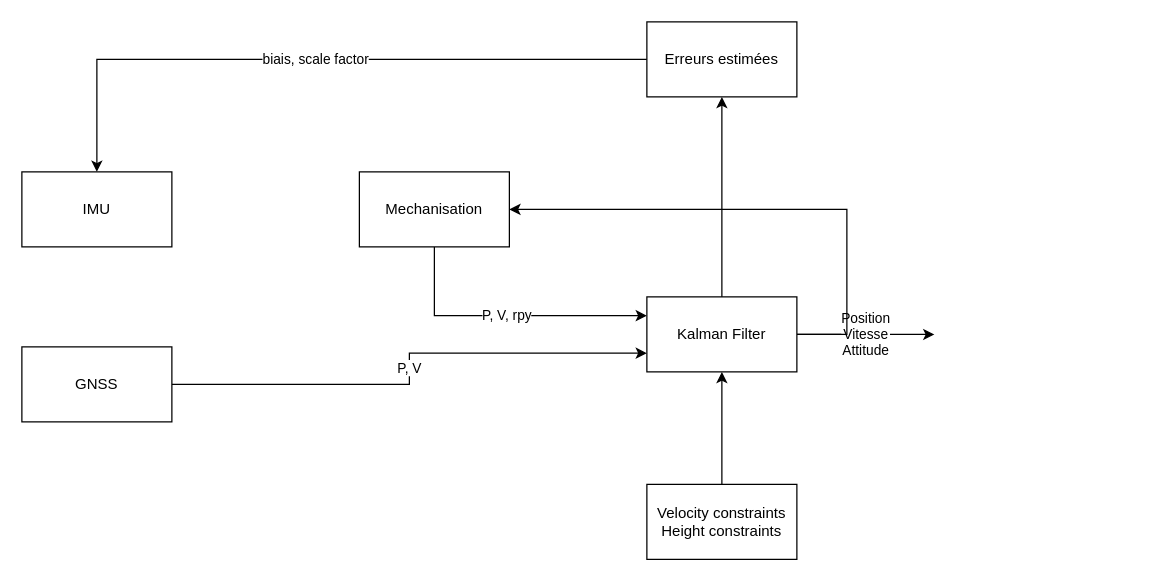
The draw.io diagram page "Page-1" (1 of 5) of KFs_Geo.drawio in Kaloum2/KFs, before the edit. Source tidied: cells renumbered, new cells numbered last; positions are measured from the earlier drawing's top-left corner, leaving out a move shared by most shapes. Both pictures are drawn from the tidied source at 125%, with x=0, y=0 at pixel (21, 21).
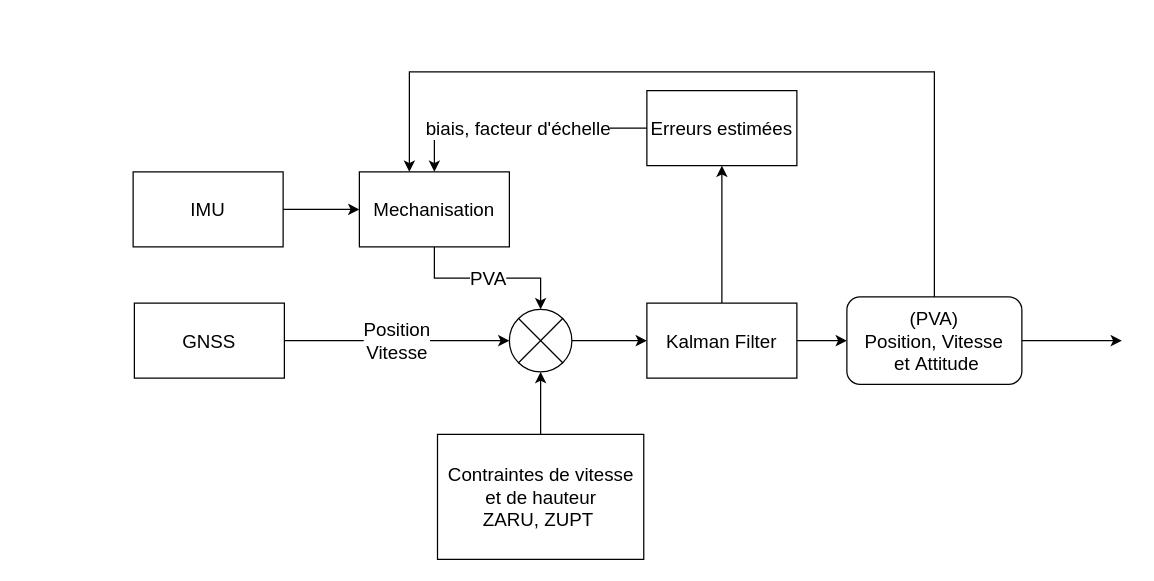
After the change.

Commit message:
Mettre à jour KFs_Geo.drawio

Diff of the diagram source:
```diff
@@
+    <mxCell id="15" style="edgeStyle=orthogonalEdgeStyle;rounded=0;jettySize=auto;html=1;exitX=1;exitY=0.5;exitDx=0;exitDy=0;entryX=0;entryY=0.5;entryDx=0;entryDy=0;fontSize=15;" parent="1" edge="1" source="2" target="8">
+      <mxGeometry relative="1" as="geometry" />
+    </mxCell>
-    <mxCell id="2" value="IMU" style="rounded=0;whiteSpace=wrap;html=1;" parent="1" vertex="1">
-      <mxGeometry y="120" width="120" height="60" as="geometry" />
+    <mxCell id="2" value="IMU" style="rounded=0;whiteSpace=wrap;html=1;fontSize=15;" parent="1" vertex="1">
+      <mxGeometry x="89" y="120" width="120" height="60" as="geometry" />
     </mxCell>
-    <mxCell id="3" value="P, V" style="edgeStyle=orthogonalEdgeStyle;rounded=0;jettySize=auto;html=1;exitX=1;exitY=0.5;exitDx=0;exitDy=0;entryX=0;entryY=0.75;entryDx=0;entryDy=0;" parent="1" edge="1" source="4" target="12">
+    <mxCell id="3" value="Position&lt;br&gt;Vitesse" style="edgeStyle=orthogonalEdgeStyle;rounded=0;jettySize=auto;html=1;exitX=1;exitY=0.5;exitDx=0;exitDy=0;entryX=0;entryY=0.5;entryDx=0;entryDy=0;entryPerimeter=0;fontSize=15;" parent="1" edge="1" source="4" target="17">
       <mxGeometry relative="1" as="geometry" />
     </mxCell>
-    <mxCell id="4" value="GNSS" style="rounded=0;whiteSpace=wrap;html=1;" parent="1" vertex="1">
-      <mxGeometry y="260" width="120" height="60" as="geometry" />
+    <mxCell id="4" value="GNSS" style="rounded=0;whiteSpace=wrap;html=1;fontSize=15;" parent="1" vertex="1">
+      <mxGeometry x="90" y="225" width="120" height="60" as="geometry" />
     </mxCell>
-    <mxCell id="5" value="biais, scale factor" style="edgeStyle=orthogonalEdgeStyle;rounded=0;jettySize=auto;html=1;exitX=0;exitY=0.5;exitDx=0;exitDy=0;entryX=0.5;entryY=0;entryDx=0;entryDy=0;" parent="1" edge="1" source="6" target="2">
+    <mxCell id="5" value="biais, facteur d'échelle" style="edgeStyle=orthogonalEdgeStyle;rounded=0;jettySize=auto;html=1;exitX=0;exitY=0.5;exitDx=0;exitDy=0;entryX=0.5;entryY=0;entryDx=0;entryDy=0;fontSize=15;" parent="1" edge="1" source="6" target="8">
       <mxGeometry relative="1" as="geometry" />
     </mxCell>
-    <mxCell id="6" value="Erreurs estimées" style="rounded=0;whiteSpace=wrap;html=1;" parent="1" vertex="1">
-      <mxGeometry x="500" width="120" height="60" as="geometry" />
+    <mxCell id="6" value="Erreurs estimées" style="rounded=0;whiteSpace=wrap;html=1;fontSize=15;" parent="1" vertex="1">
+      <mxGeometry x="500" y="55" width="120" height="60" as="geometry" />
     </mxCell>
-    <mxCell id="7" value="P, V, rpy" style="edgeStyle=orthogonalEdgeStyle;rounded=0;jettySize=auto;html=1;exitX=0.5;exitY=1;exitDx=0;exitDy=0;entryX=0;entryY=0.25;entryDx=0;entryDy=0;" parent="1" edge="1" source="8" target="12">
+    <mxCell id="7" value="PVA" style="edgeStyle=orthogonalEdgeStyle;rounded=0;jettySize=auto;html=1;exitX=0.5;exitY=1;exitDx=0;exitDy=0;entryX=0.5;entryY=0;entryDx=0;entryDy=0;entryPerimeter=0;fontSize=15;" parent="1" edge="1" source="8" target="17">
       <mxGeometry relative="1" as="geometry" />
     </mxCell>
-    <mxCell id="8" value="Mechanisation" style="rounded=0;whiteSpace=wrap;html=1;" parent="1" vertex="1">
+    <mxCell id="8" value="Mechanisation" style="rounded=0;whiteSpace=wrap;html=1;fontSize=15;" parent="1" vertex="1">
       <mxGeometry x="270" y="120" width="120" height="60" as="geometry" />
     </mxCell>
-    <mxCell id="9" style="edgeStyle=orthogonalEdgeStyle;rounded=0;jettySize=auto;html=1;exitX=0.5;exitY=0;exitDx=0;exitDy=0;entryX=0.5;entryY=1;entryDx=0;entryDy=0;" parent="1" edge="1" source="12" target="6">
+    <mxCell id="9" style="edgeStyle=orthogonalEdgeStyle;rounded=0;jettySize=auto;html=1;exitX=0.5;exitY=0;exitDx=0;exitDy=0;entryX=0.5;entryY=1;entryDx=0;entryDy=0;fontSize=15;" parent="1" edge="1" source="12" target="6">
       <mxGeometry relative="1" as="geometry" />
     </mxCell>
-    <mxCell id="10" value="Position&lt;br&gt;Vitesse&lt;br&gt;Attitude" style="edgeStyle=orthogonalEdgeStyle;rounded=0;jettySize=auto;html=1;exitX=1;exitY=0.5;exitDx=0;exitDy=0;" parent="1" edge="1" source="12">
-      <mxGeometry relative="1" as="geometry">
-        <mxPoint x="730" y="250.1" as="targetPoint" />
-      </mxGeometry>
+    <mxCell id="10" style="edgeStyle=orthogonalEdgeStyle;rounded=0;jettySize=auto;html=1;exitX=1;exitY=0.5;exitDx=0;exitDy=0;fontSize=15;" parent="1" edge="1" source="12" target="19">
+      <mxGeometry relative="1" as="geometry" />
     </mxCell>
-    <mxCell id="11" style="edgeStyle=orthogonalEdgeStyle;rounded=0;jettySize=auto;html=1;exitX=1;exitY=0.5;exitDx=0;exitDy=0;entryX=1;entryY=0.5;entryDx=0;entryDy=0;" parent="1" edge="1" source="12" target="8">
+    <mxCell id="11" style="edgeStyle=orthogonalEdgeStyle;rounded=0;jettySize=auto;html=1;entryX=0.25;entryY=0;entryDx=0;entryDy=0;exitX=0.5;exitY=0;exitDx=0;exitDy=0;" parent="1" edge="1" source="19">
       <mxGeometry relative="1" as="geometry">
+        <mxPoint x="310" y="120" as="targetPoint" />
         <Array as="points">
-          <mxPoint x="660" y="250" />
-          <mxPoint x="660" y="150" />
+          <mxPoint x="730" y="40" />
+          <mxPoint x="310" y="40" />
         </Array>
       </mxGeometry>
     </mxCell>
-    <mxCell id="12" value="Kalman Filter" style="rounded=0;whiteSpace=wrap;html=1;" parent="1" vertex="1">
-      <mxGeometry x="500" y="220" width="120" height="60" as="geometry" />
+    <mxCell id="12" value="Kalman Filter" style="rounded=0;whiteSpace=wrap;html=1;fontSize=15;" parent="1" vertex="1">
+      <mxGeometry x="500" y="225" width="120" height="60" as="geometry" />
     </mxCell>
-    <mxCell id="13" style="edgeStyle=orthogonalEdgeStyle;rounded=0;jettySize=auto;html=1;exitX=0.5;exitY=0;exitDx=0;exitDy=0;entryX=0.5;entryY=1;entryDx=0;entryDy=0;" parent="1" edge="1" source="14" target="12">
+    <mxCell id="13" style="edgeStyle=orthogonalEdgeStyle;rounded=0;jettySize=auto;html=1;exitX=0.5;exitY=0;exitDx=0;exitDy=0;entryX=0.5;entryY=1;entryDx=0;entryDy=0;entryPerimeter=0;fontSize=15;" parent="1" edge="1" source="14" target="17">
       <mxGeometry relative="1" as="geometry" />
     </mxCell>
-    <mxCell id="14" value="Velocity constraints&lt;br&gt;Height constraints" style="rounded=0;whiteSpace=wrap;html=1;" parent="1" vertex="1">
-      <mxGeometry x="500" y="370" width="120" height="60" as="geometry" />
+    <mxCell id="14" value="Contraintes de vitesse et de hauteur&lt;br&gt;ZARU, ZUPT&amp;nbsp;" style="rounded=0;whiteSpace=wrap;html=1;fontSize=15;" parent="1" vertex="1">
+      <mxGeometry x="332.5" y="330" width="165" height="100" as="geometry" />
     </mxCell>
+    <mxCell id="16" style="edgeStyle=orthogonalEdgeStyle;rounded=0;jettySize=auto;html=1;exitX=1;exitY=0.5;exitDx=0;exitDy=0;exitPerimeter=0;entryX=0;entryY=0.5;entryDx=0;entryDy=0;fontSize=15;" parent="1" edge="1" source="17" target="12">
+      <mxGeometry relative="1" as="geometry" />
+    </mxCell>
+    <mxCell id="17" style="verticalLabelPosition=bottom;verticalAlign=top;html=1;shape=mxgraph.flowchart.or;fontSize=15;" parent="1" vertex="1">
+      <mxGeometry x="390" y="230" width="50" height="50" as="geometry" />
+    </mxCell>
+    <mxCell id="18" style="edgeStyle=orthogonalEdgeStyle;rounded=0;jettySize=auto;html=1;exitX=1;exitY=0.5;exitDx=0;exitDy=0;" parent="1" edge="1" source="19">
+      <mxGeometry relative="1" as="geometry">
+        <mxPoint x="880" y="255" as="targetPoint" />
+      </mxGeometry>
+    </mxCell>
+    <mxCell id="19" value="&lt;span style=&quot;font-size: 15px; background-color: rgb(255, 255, 255);&quot;&gt;(PVA) Position,&amp;nbsp;&lt;/span&gt;&lt;span style=&quot;font-size: 15px; background-color: rgb(255, 255, 255);&quot;&gt;Vitesse&lt;br&gt;&amp;nbsp;et&amp;nbsp;&lt;/span&gt;&lt;span style=&quot;font-size: 15px; background-color: rgb(255, 255, 255);&quot;&gt;Attitude&lt;/span&gt;" style="rounded=1;whiteSpace=wrap;html=1;" parent="1" vertex="1">
+      <mxGeometry x="660" y="220" width="140" height="70" as="geometry" />
+    </mxCell>
```
